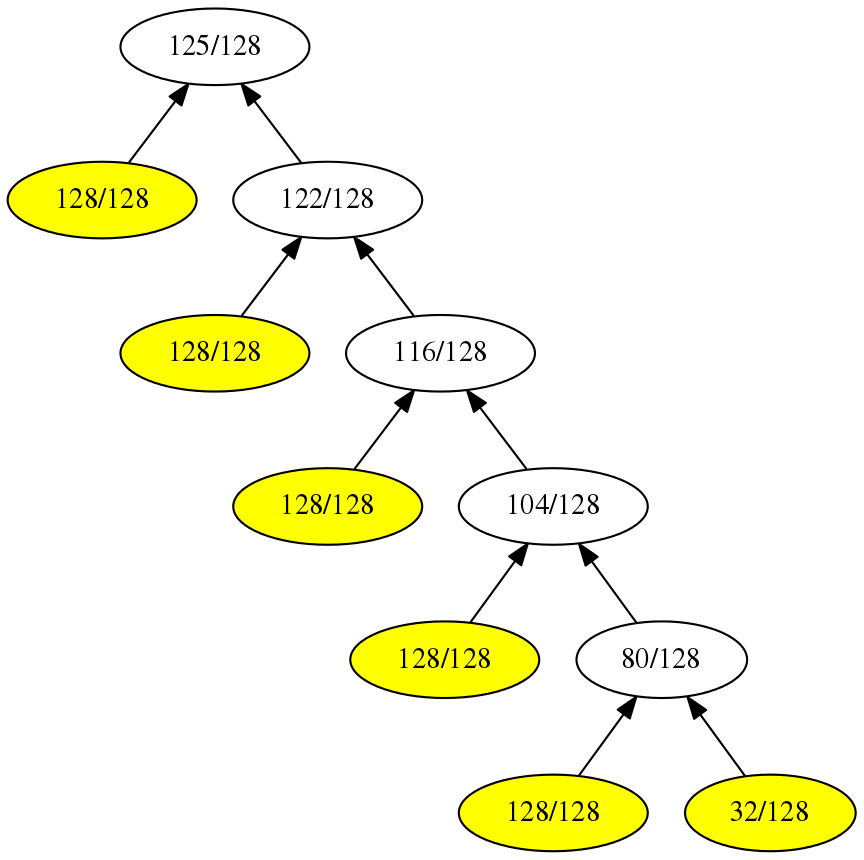
Above: GuiTool/image/Remia/RemiaDot.png in iitramar/guiTool (Graphviz), before the change. Its source is kept beside it as GuiTool/image/Remia/RemiaDot.dot. The source it was exported from:
```dot
digraph G {
rankdir = BT;
1[label= " 127/128 " ];
2[label= " 128/128 " ];
2->1
3[label= " 126/128 " ];
3->1
2[style=filled, fillcolor=yellow];
6[label= " 128/128 " ];
6->3
7[label= " 124/128 " ];
7->3
6[style=filled, fillcolor=yellow];
14[label= " 128/128 " ];
14->7
15[label= " 120/128 " ];
15->7
14[style=filled, fillcolor=yellow];
30[label= " 128/128 " ];
30->15
31[label= " 112/128 " ];
31->15
30[style=filled, fillcolor=yellow];
62[label= " 128/128 " ];
62->31
63[label= " 96/128 " ];
63->31
62[style=filled, fillcolor=yellow];
126[label= " 128/128 " ];
126->63
127[label= " 64/128 " ];
127->63
126[style=filled, fillcolor=yellow];
127[style=filled, fillcolor=yellow];
}
```
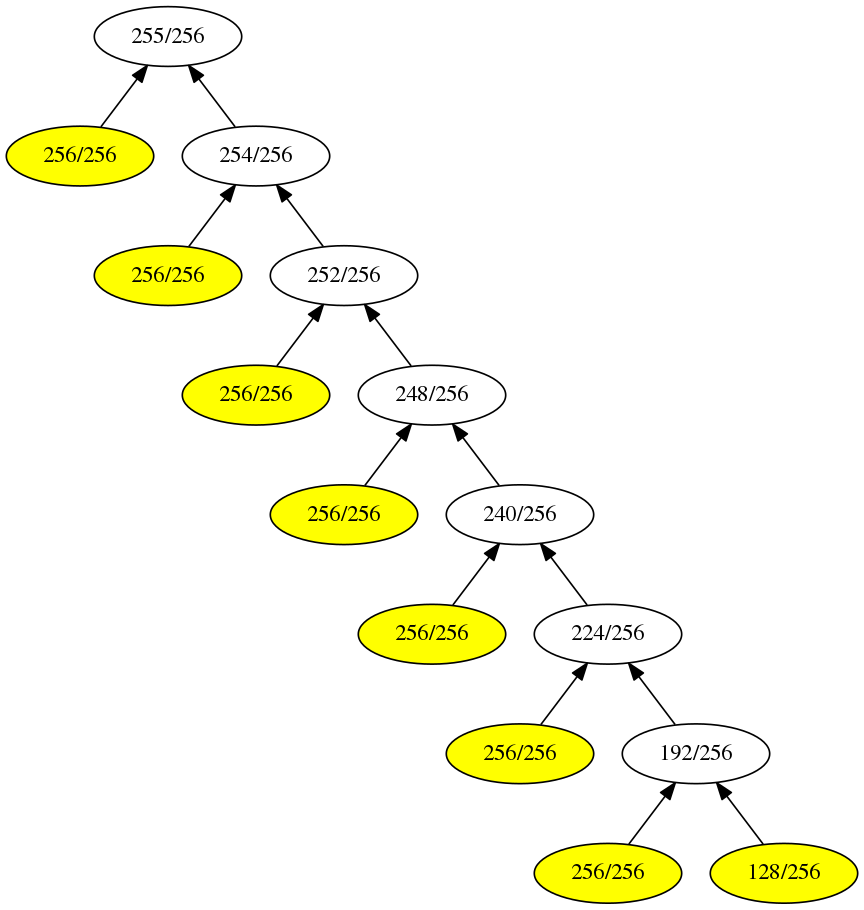
Above is the later version.

Change to the diagram source:
```diff
@@ -1,35 +1,40 @@
 digraph G {
 rankdir = BT;
-1[label= " 127/128 " ];
-2[label= " 128/128 " ];
+1[label= " 255/256 " ];
+2[label= " 256/256 " ];
 2->1
-3[label= " 126/128 " ];
+3[label= " 254/256 " ];
 3->1
 2[style=filled, fillcolor=yellow];
-6[label= " 128/128 " ];
+6[label= " 256/256 " ];
 6->3
-7[label= " 124/128 " ];
+7[label= " 252/256 " ];
 7->3
 6[style=filled, fillcolor=yellow];
-14[label= " 128/128 " ];
+14[label= " 256/256 " ];
 14->7
-15[label= " 120/128 " ];
+15[label= " 248/256 " ];
 15->7
 14[style=filled, fillcolor=yellow];
-30[label= " 128/128 " ];
+30[label= " 256/256 " ];
 30->15
-31[label= " 112/128 " ];
+31[label= " 240/256 " ];
 31->15
 30[style=filled, fillcolor=yellow];
-62[label= " 128/128 " ];
+62[label= " 256/256 " ];
 62->31
-63[label= " 96/128 " ];
+63[label= " 224/256 " ];
 63->31
 62[style=filled, fillcolor=yellow];
-126[label= " 128/128 " ];
+126[label= " 256/256 " ];
 126->63
-127[label= " 64/128 " ];
+127[label= " 192/256 " ];
 127->63
 126[style=filled, fillcolor=yellow];
-127[style=filled, fillcolor=yellow];
+254[label= " 256/256 " ];
+254->127
+255[label= " 128/256 " ];
+255->127
+254[style=filled, fillcolor=yellow];
+255[style=filled, fillcolor=yellow];
 }
```
